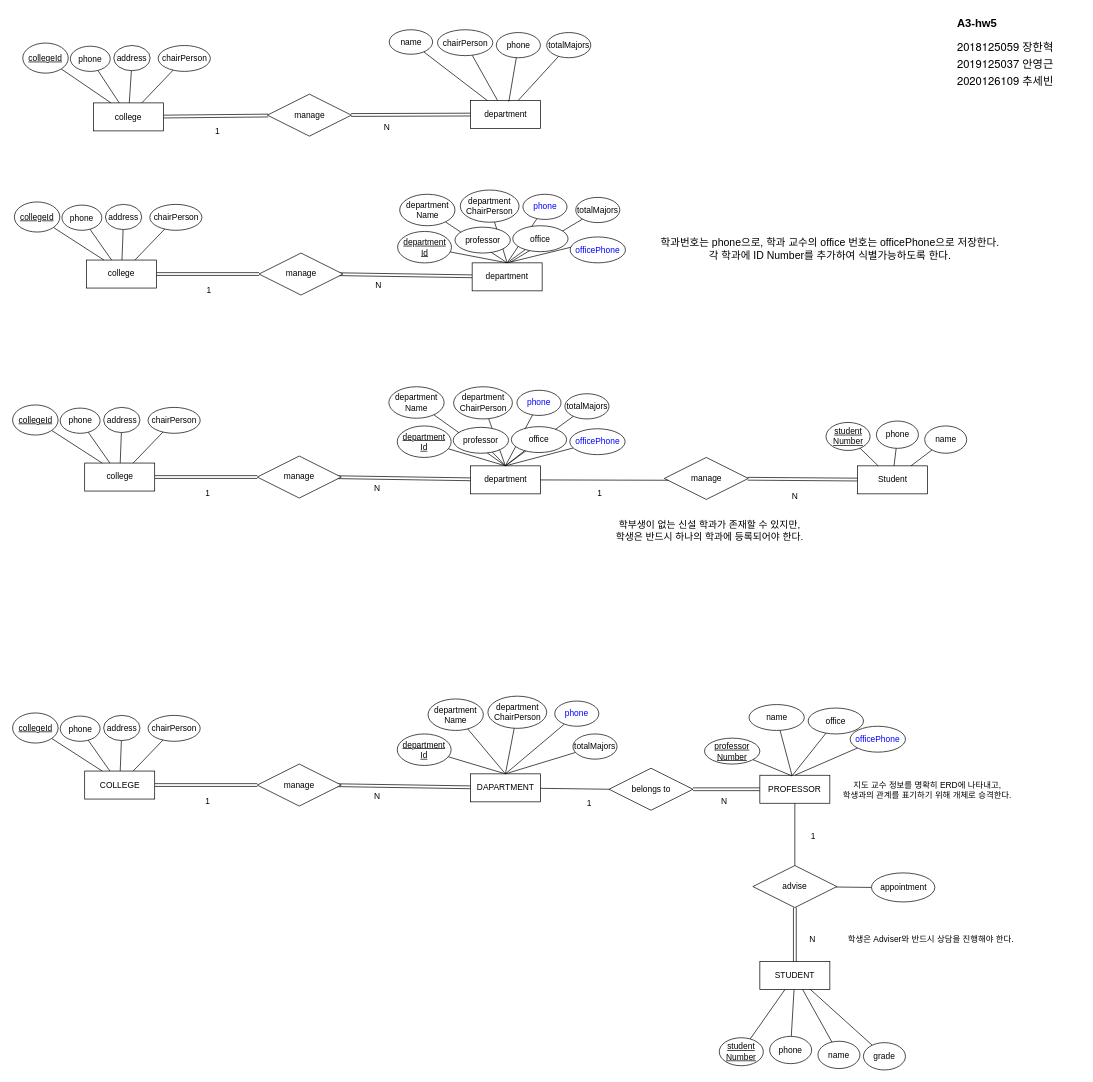
Before: DBStudio/DBStudio_Ass5_HighUniv.drawio in cobinding/draw.io_collection, a draw.io diagram. Source tidied: cells renumbered, new cells numbered last; positions are measured from the earlier drawing's top-left corner, leaving out a move shared by most shapes. Both pictures are drawn from the tidied source at 70%, with x=0, y=0 at pixel (12, 12).
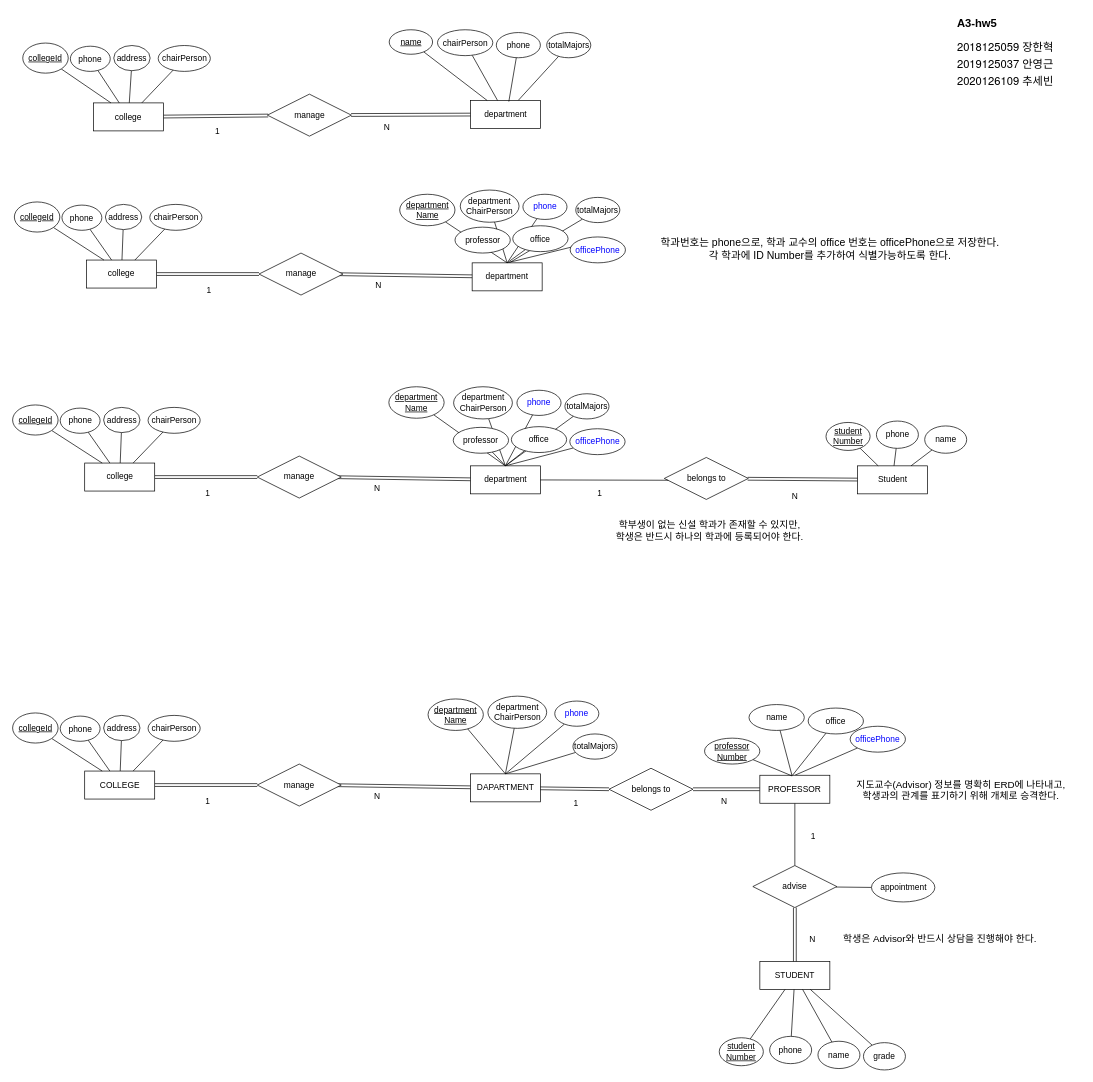
The same page after the edit.

Unchanged cells that the change refers to:
```xml
<mxCell id="28" value="department" style="whiteSpace=wrap;html=1;align=center;" parent="1" vertex="1">
  <mxGeometry x="657" y="358" width="100" height="40" as="geometry" />
</mxCell>
<mxCell id="65" value="department" style="whiteSpace=wrap;html=1;align=center;" parent="1" vertex="1">
  <mxGeometry x="654.5" y="648" width="100" height="40" as="geometry" />
</mxCell>
<mxCell id="111" value="DAPARTMENT" style="whiteSpace=wrap;html=1;align=center;" parent="1" vertex="1">
  <mxGeometry x="654.5" y="1088" width="100" height="40" as="geometry" />
</mxCell>
<mxCell id="147" value="belongs to" style="shape=rhombus;perimeter=rhombusPerimeter;whiteSpace=wrap;html=1;align=center;" parent="1" vertex="1">
  <mxGeometry x="852.5" y="1080" width="120" height="60" as="geometry" />
</mxCell>
```

Diff of the diagram source:
```diff
@@
-    <mxCell id="3" style="rounded=0;jettySize=auto;html=1;endArrow=none;endFill=0;entryX=0.5;entryY=0;entryDx=0;entryDy=0;" parent="1" edge="1" source="43" target="28">
-      <mxGeometry relative="1" as="geometry" />
-    </mxCell>
@@
-    <mxCell id="10" value="name" style="ellipse;whiteSpace=wrap;html=1;align=center;" parent="1" vertex="1">
+    <mxCell id="10" value="&lt;u&gt;name&lt;/u&gt;" style="ellipse;whiteSpace=wrap;html=1;align=center;" parent="1" vertex="1">
       <mxGeometry x="538.5" y="25" width="62" height="35" as="geometry" />
     </mxCell>
@@
-    <mxCell id="32" value="department&lt;div&gt;Name&lt;/div&gt;" style="ellipse;whiteSpace=wrap;html=1;align=center;" parent="1" vertex="1">
+    <mxCell id="32" value="&lt;u&gt;department&lt;/u&gt;&lt;div&gt;&lt;u&gt;Name&lt;/u&gt;&lt;/div&gt;" style="ellipse;whiteSpace=wrap;html=1;align=center;" parent="1" vertex="1">
       <mxGeometry x="553.5" y="260" width="79" height="45" as="geometry" />
     </mxCell>
@@
-    <mxCell id="43" value="&lt;u&gt;department&lt;/u&gt;&lt;div&gt;&lt;u&gt;Id&lt;/u&gt;&lt;/div&gt;" style="ellipse;whiteSpace=wrap;html=1;align=center;" parent="1" vertex="1">
-      <mxGeometry x="550.5" y="313.1" width="77" height="45" as="geometry" />
-    </mxCell>
@@
-    <mxCell id="61" style="rounded=0;jettySize=auto;html=1;endArrow=none;endFill=0;entryX=0.5;entryY=0;entryDx=0;entryDy=0;" parent="1" edge="1" source="77" target="65">
-      <mxGeometry relative="1" as="geometry" />
-    </mxCell>
@@
-    <mxCell id="68" style="rounded=0;jettySize=auto;html=1;endArrow=none;endFill=0;entryX=0.5;entryY=0;entryDx=0;entryDy=0;" parent="1" edge="1" source="69" target="65">
-      <mxGeometry relative="1" as="geometry" />
+    <mxCell id="68" style="rounded=0;jettySize=auto;html=1;endArrow=none;endFill=0;entryX=0.5;entryY=0;entryDx=0;entryDy=0;" parent="1" edge="1" target="65">
+      <mxGeometry relative="1" as="geometry">
+        <mxPoint x="602" y="575" as="sourcePoint" />
+      </mxGeometry>
     </mxCell>
-    <mxCell id="69" value="department&lt;div&gt;Name&lt;/div&gt;" style="ellipse;whiteSpace=wrap;html=1;align=center;" parent="1" vertex="1">
+    <mxCell id="69" value="&lt;u&gt;department&lt;/u&gt;&lt;div&gt;&lt;u&gt;Name&lt;/u&gt;&lt;/div&gt;" style="ellipse;whiteSpace=wrap;html=1;align=center;" parent="1" vertex="1">
       <mxGeometry x="538" y="535" width="79" height="45" as="geometry" />
     </mxCell>
@@
-    <mxCell id="77" value="&lt;u&gt;department&lt;/u&gt;&lt;div&gt;&lt;u&gt;Id&lt;/u&gt;&lt;/div&gt;" style="ellipse;whiteSpace=wrap;html=1;align=center;" parent="1" vertex="1">
-      <mxGeometry x="550" y="591" width="77" height="45" as="geometry" />
-    </mxCell>
@@
-    <mxCell id="96" value="manage" style="shape=rhombus;perimeter=rhombusPerimeter;whiteSpace=wrap;html=1;align=center;" parent="1" vertex="1">
+    <mxCell id="96" value="belongs to" style="shape=rhombus;perimeter=rhombusPerimeter;whiteSpace=wrap;html=1;align=center;" parent="1" vertex="1">
       <mxGeometry x="931.5" y="636" width="120" height="60" as="geometry" />
     </mxCell>
@@
-    <mxCell id="108" style="rounded=0;jettySize=auto;html=1;endArrow=none;endFill=0;entryX=0.5;entryY=0;entryDx=0;entryDy=0;" parent="1" edge="1" source="122" target="111">
-      <mxGeometry relative="1" as="geometry" />
-    </mxCell>
@@
-    <mxCell id="115" value="department&lt;div&gt;Name&lt;/div&gt;" style="ellipse;whiteSpace=wrap;html=1;align=center;" parent="1" vertex="1">
+    <mxCell id="115" value="&lt;u&gt;department&lt;/u&gt;&lt;div&gt;&lt;u&gt;Name&lt;/u&gt;&lt;/div&gt;" style="ellipse;whiteSpace=wrap;html=1;align=center;" parent="1" vertex="1">
       <mxGeometry x="594" y="981" width="79" height="45" as="geometry" />
     </mxCell>
@@
-    <mxCell id="122" value="&lt;u&gt;department&lt;/u&gt;&lt;div&gt;&lt;u&gt;Id&lt;/u&gt;&lt;/div&gt;" style="ellipse;whiteSpace=wrap;html=1;align=center;" parent="1" vertex="1">
-      <mxGeometry x="550" y="1031" width="77" height="45" as="geometry" />
-    </mxCell>
@@
-    <mxCell id="153" style="rounded=0;jettySize=auto;html=1;entryX=0;entryY=0.5;entryDx=0;entryDy=0;endArrow=none;endFill=0;" parent="1" edge="1" source="111" target="147">
+    <mxCell id="153" style="rounded=0;jettySize=auto;html=1;entryX=0;entryY=0.5;entryDx=0;entryDy=0;endArrow=none;endFill=0;shape=link;" parent="1" edge="1" source="111" target="147">
       <mxGeometry relative="1" as="geometry" />
     </mxCell>
@@
     <mxCell id="161" value="1" style="text;html=1;align=center;verticalAlign=middle;strokeColor=none;fillColor=none;" parent="1" vertex="1">
-      <mxGeometry x="811" y="1118" width="25" height="26" as="geometry" />
+      <mxGeometry x="792" y="1118" width="25" height="26" as="geometry" />
     </mxCell>
@@
-    <mxCell id="165" value="학생은 Adviser와 반드시 상담을 진행해야 한다." style="text;html=1;align=center;verticalAlign=middle;strokeColor=none;fillColor=none;" parent="1" vertex="1">
-      <mxGeometry x="1189.5" y="1311" width="244" height="26" as="geometry" />
+    <mxCell id="165" value="&lt;font style=&quot;font-size: 14px;&quot;&gt;학생은 Advisor와 반드시 상담을 진행해야 한다.&lt;/font&gt;" style="text;html=1;align=center;verticalAlign=middle;strokeColor=none;fillColor=none;" parent="1" vertex="1">
+      <mxGeometry x="1184" y="1309.5" width="282" height="29" as="geometry" />
     </mxCell>
@@
-    <mxCell id="167" value="지도 교수 정보를 명확히 ERD에 나타내고,&lt;div&gt;학생과의 관계를 표기하기 위해 개체로 승격한다.&lt;/div&gt;" style="text;html=1;align=center;verticalAlign=middle;strokeColor=none;fillColor=none;" parent="1" vertex="1">
-      <mxGeometry x="1184" y="1090" width="246" height="41" as="geometry" />
+    <mxCell id="167" value="&lt;font style=&quot;font-size: 14px;&quot;&gt;지도교수(Advisor) 정보를 명확히 ERD에 나타내고,&lt;/font&gt;&lt;div style=&quot;font-size: 14px;&quot;&gt;&lt;font style=&quot;font-size: 14px;&quot;&gt;학생과의 관계를 표기하기 위해 개체로 승격한다.&lt;/font&gt;&lt;/div&gt;" style="text;html=1;align=center;verticalAlign=middle;strokeColor=none;fillColor=none;" parent="1" vertex="1">
+      <mxGeometry x="1202" y="1088" width="305" height="46" as="geometry" />
     </mxCell>
```
